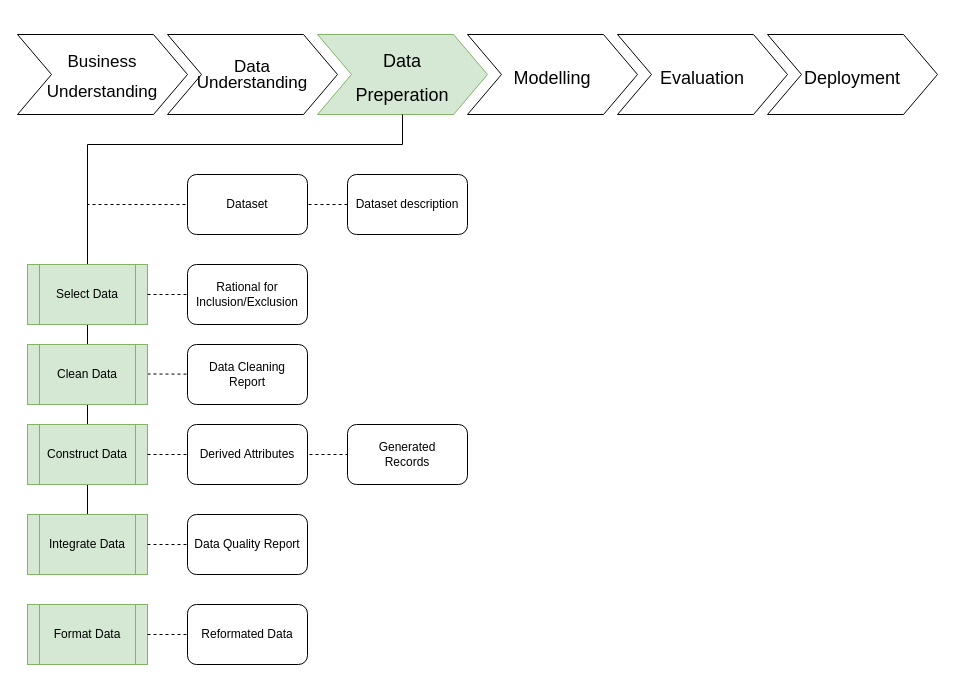
The draw.io diagram page "Phase 3 (Data Preperation)" (4 of 7) of drawings/CRISP_DM_Phases.drawio in dominik-pichler/CRISPy-Framework, before the edit. Source tidied: cells renumbered, new cells numbered last; positions are measured from the earlier drawing's top-left corner, leaving out a move shared by most shapes. Both pictures are drawn from the tidied source at 100%, with x=0, y=0 at pixel (17, 34).
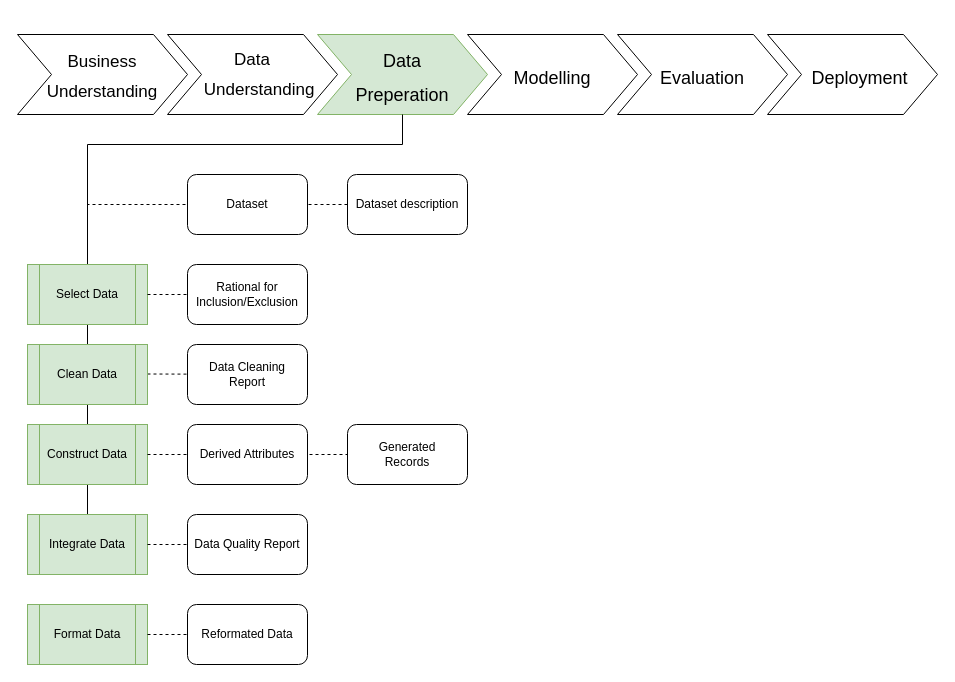
The same page after the edit.

Diff of the diagram source:
```diff
@@
-    <mxCell id="3" value="&lt;p style=&quot;line-height: 90%; font-size: 17px;&quot;&gt;&lt;font style=&quot;font-size: 17px;&quot;&gt;Data &lt;br&gt;Understanding&lt;/font&gt;&lt;/p&gt;" style="shape=step;whiteSpace=wrap;html=1;fontSize=28;" parent="1" vertex="1">
+    <mxCell id="3" value="&lt;p style=&quot;line-height: 90%; font-size: 17px;&quot;&gt;&lt;font style=&quot;font-size: 17px;&quot;&gt;Data &lt;br&gt;&lt;br&gt;&amp;nbsp; &amp;nbsp;Understanding&lt;/font&gt;&lt;/p&gt;" style="shape=step;whiteSpace=wrap;html=1;fontSize=28;" parent="1" vertex="1">
       <mxGeometry x="150" width="170" height="80" as="geometry" />
     </mxCell>
@@
-    <mxCell id="8" value="&lt;font style=&quot;font-size: 18px;&quot;&gt;Deployment&lt;/font&gt;" style="shape=step;whiteSpace=wrap;html=1;fontSize=28;" parent="1" vertex="1">
+    <mxCell id="8" value="&lt;font style=&quot;font-size: 18px;&quot;&gt;&amp;nbsp; &amp;nbsp;Deployment&lt;/font&gt;" style="shape=step;whiteSpace=wrap;html=1;fontSize=28;" parent="1" vertex="1">
       <mxGeometry x="750" width="170" height="80" as="geometry" />
     </mxCell>
```
